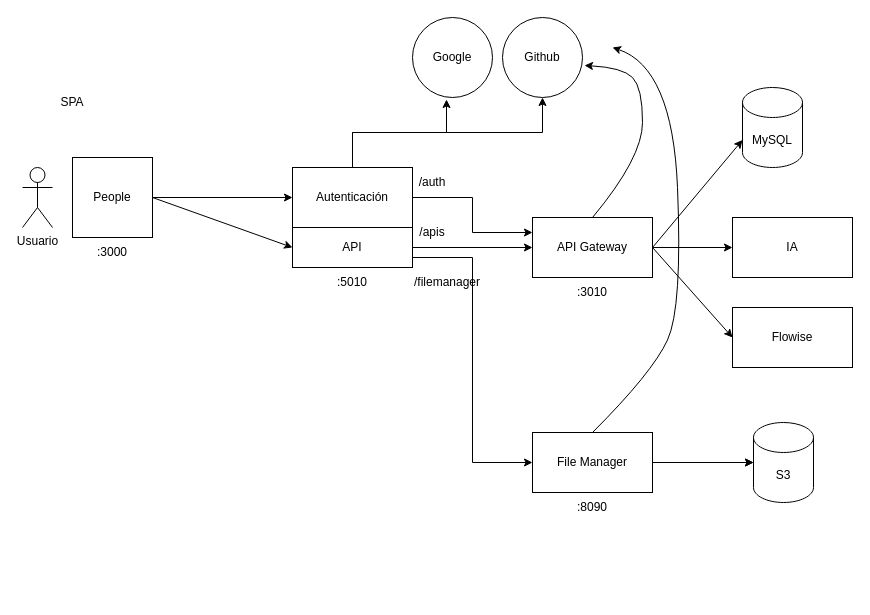
Earlier version of the draw.io diagram page "Bloques v2" (4 of 7) of Diagrama sin título.drawio (ocpdata/new-repo). Source tidied: cells renumbered, new cells numbered last; positions are measured from the earlier drawing's top-left corner, leaving out a move shared by most shapes. Both pictures are drawn from the tidied source at 100%, with x=0, y=0 at pixel (22, 17).
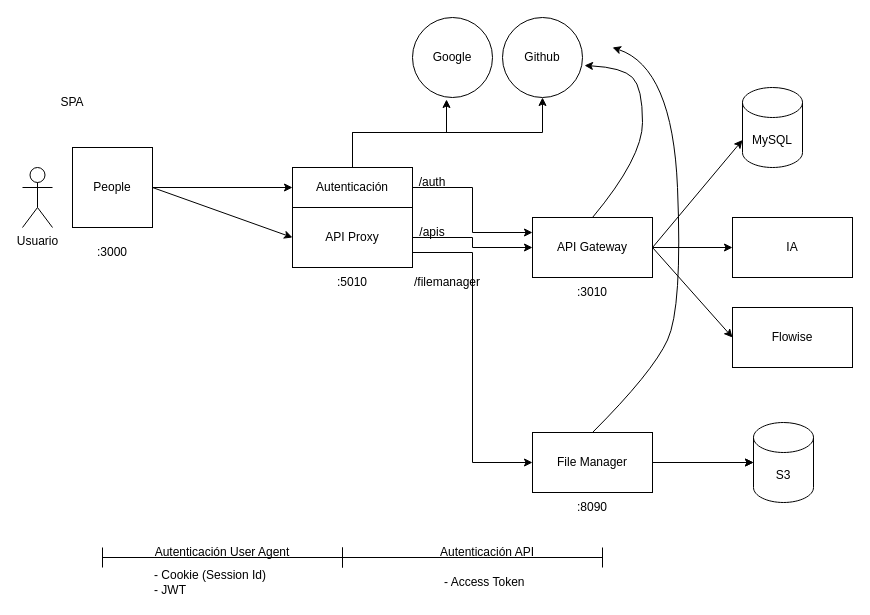
The same diagram, later.

What changed in the source:
```diff
@@
     <mxCell id="3" value="People" style="whiteSpace=wrap;html=1;" parent="1" vertex="1">
-      <mxGeometry x="50" y="140" width="80" height="80" as="geometry" />
+      <mxGeometry x="50" y="130" width="80" height="80" as="geometry" />
     </mxCell>
@@
     <mxCell id="6" value="Autenticación" style="rounded=0;whiteSpace=wrap;html=1;" parent="1" vertex="1">
-      <mxGeometry x="270" y="150" width="120" height="60" as="geometry" />
+      <mxGeometry x="270" y="150" width="120" height="40" as="geometry" />
     </mxCell>
@@
-    <mxCell id="26" value="API" style="rounded=0;whiteSpace=wrap;html=1;" parent="1" vertex="1">
-      <mxGeometry x="270" y="210" width="120" height="40" as="geometry" />
+    <mxCell id="26" value="API Proxy" style="rounded=0;whiteSpace=wrap;html=1;" parent="1" vertex="1">
+      <mxGeometry x="270" y="190" width="120" height="60" as="geometry" />
     </mxCell>
@@
+    <mxCell id="37" style="shape=crossbar;whiteSpace=wrap;html=1;rounded=1;" parent="1" vertex="1">
+      <mxGeometry x="80" y="530" width="240" height="20" as="geometry" />
+    </mxCell>
+    <mxCell id="38" style="shape=crossbar;whiteSpace=wrap;html=1;rounded=1;" parent="1" vertex="1">
+      <mxGeometry x="320" y="530" width="260" height="20" as="geometry" />
+    </mxCell>
+    <mxCell id="39" value="Autenticación User Agent" style="text;html=1;whiteSpace=wrap;strokeColor=none;fillColor=none;align=center;verticalAlign=middle;rounded=0;" parent="1" vertex="1">
+      <mxGeometry x="125" y="520" width="150" height="30" as="geometry" />
+    </mxCell>
+    <mxCell id="40" value="Autenticación API" style="text;html=1;whiteSpace=wrap;strokeColor=none;fillColor=none;align=center;verticalAlign=middle;rounded=0;" parent="1" vertex="1">
+      <mxGeometry x="390" y="520" width="150" height="30" as="geometry" />
+    </mxCell>
+    <mxCell id="41" value="- Cookie (Session Id)&lt;div&gt;- JWT&lt;/div&gt;" style="text;html=1;whiteSpace=wrap;strokeColor=none;fillColor=none;align=left;verticalAlign=middle;rounded=0;" parent="1" vertex="1">
+      <mxGeometry x="130" y="550" width="130" height="30" as="geometry" />
+    </mxCell>
+    <mxCell id="42" value="- Access Token" style="text;html=1;whiteSpace=wrap;strokeColor=none;fillColor=none;align=left;verticalAlign=middle;rounded=0;" parent="1" vertex="1">
+      <mxGeometry x="420" y="550" width="130" height="30" as="geometry" />
+    </mxCell>
```
